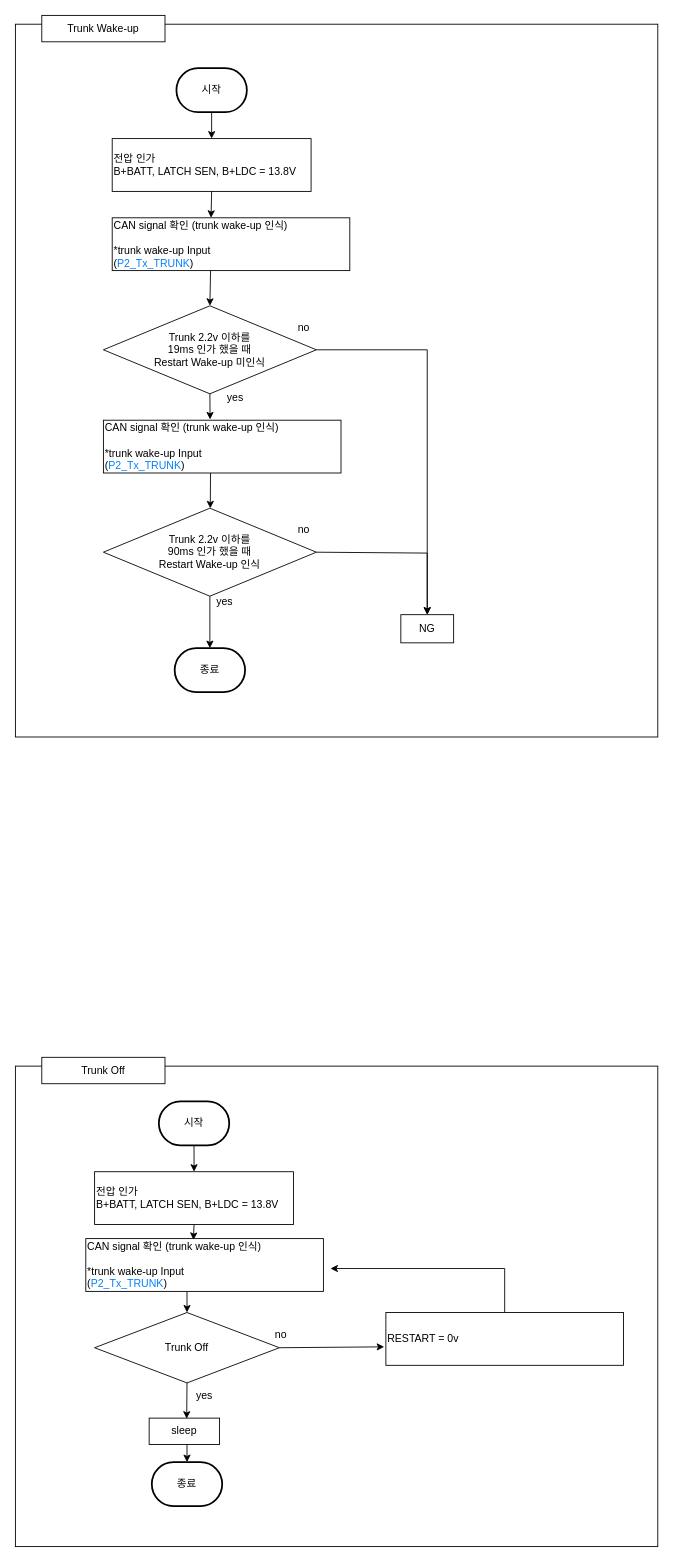
chaeyoonl/state-transition-diagram-test keeps this draw.io diagram as Trunk Wake-up.drawio. Above is the earlier version. Source tidied: cells renumbered, new cells numbered last; positions are measured from the earlier drawing's top-left corner, leaving out a move shared by most shapes. Both pictures are drawn from the tidied source at 88%, with x=0, y=0 at pixel (15, 15).
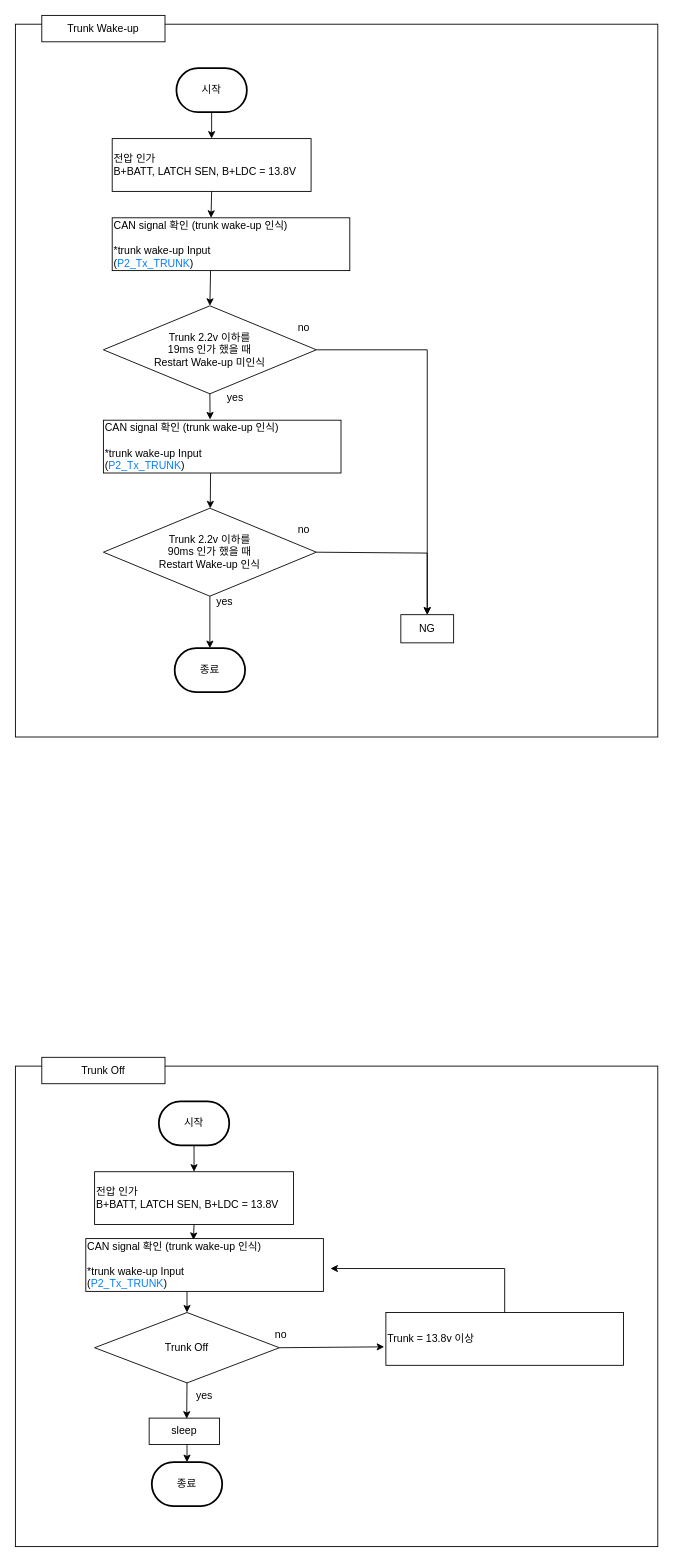
The same diagram, later.

The edit, as a diff of the source:
```diff
@@
-    <mxCell id="19" value="RESTART = 0v" style="rounded=0;whiteSpace=wrap;html=1;align=left;" parent="1" vertex="1">
+    <mxCell id="19" value="Trunk = 13.8v 이상" style="rounded=0;whiteSpace=wrap;html=1;align=left;" parent="1" vertex="1">
       <mxGeometry x="421" y="1474" width="270" height="60" as="geometry" />
     </mxCell>
```
